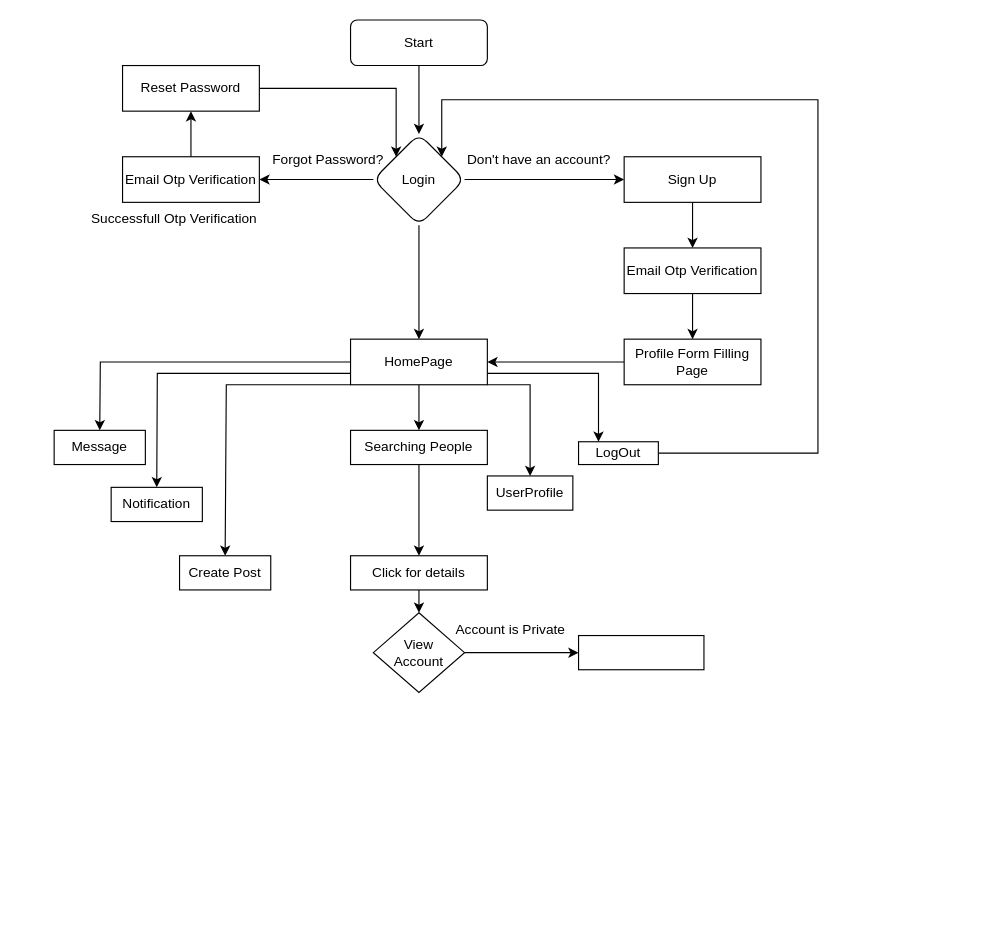
rrs292714/Work-day1-RahulrajSingh keeps this draw.io diagram as TrainingProject.drawio. Above is the earlier version. Source tidied: cells renumbered, new cells numbered last; positions are measured from the earlier drawing's top-left corner, leaving out a move shared by most shapes. Both pictures are drawn from the tidied source at 114%, with x=0, y=0 at pixel (54, 19).
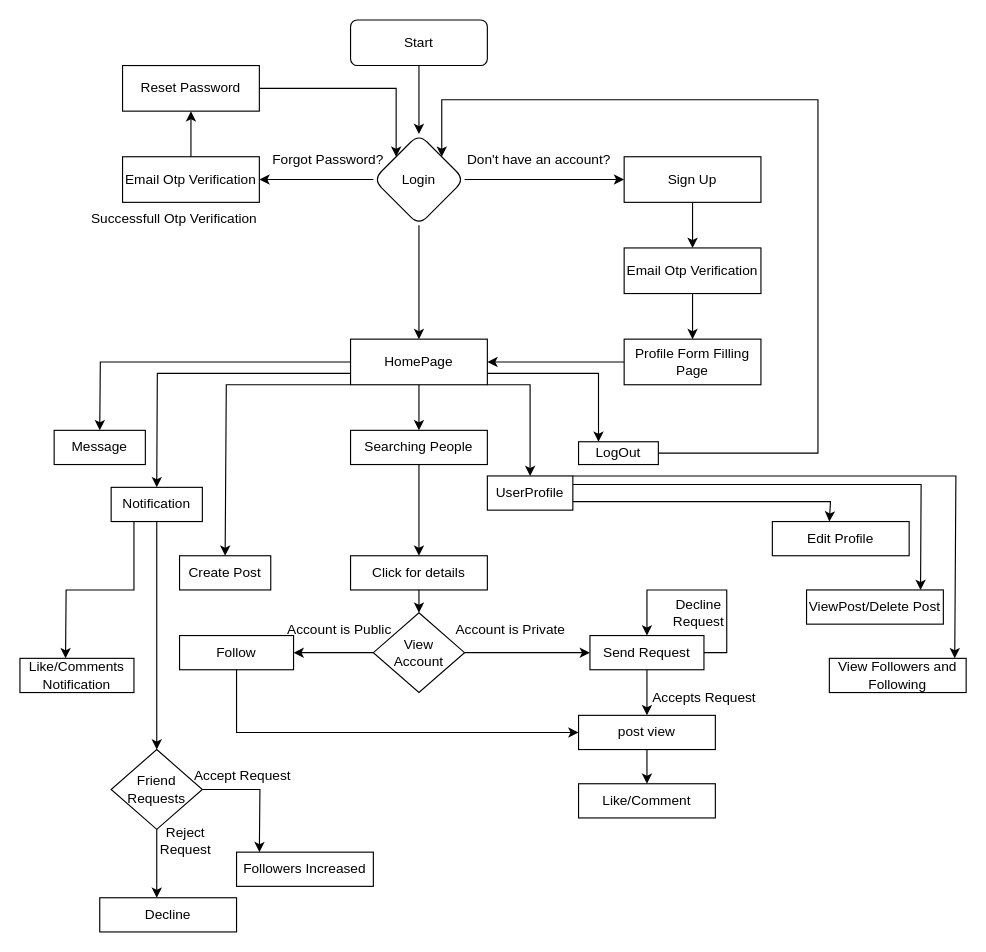
The same page after the edit.

Unchanged cells that the change refers to:
```xml
<mxCell id="31" value="Notification" style="rounded=0;whiteSpace=wrap;html=1;" parent="1" vertex="1">
  <mxGeometry x="50" y="410" width="80" height="30" as="geometry" />
</mxCell>
<mxCell id="33" value="UserProfile" style="rounded=0;whiteSpace=wrap;html=1;" parent="1" vertex="1">
  <mxGeometry x="380" y="400" width="75" height="30" as="geometry" />
</mxCell>
<mxCell id="39" value="&lt;div&gt;View&lt;/div&gt;&lt;div&gt;Account&lt;br&gt;&lt;/div&gt;" style="rhombus;whiteSpace=wrap;html=1;" parent="1" vertex="1">
  <mxGeometry x="280" y="520" width="80" height="70" as="geometry" />
</mxCell>
```

Change to the diagram source:
```diff
@@
+    <mxCell id="42" style="edgeStyle=orthogonalEdgeStyle;rounded=0;jettySize=auto;html=1;" parent="1" edge="1" source="31">
+      <mxGeometry relative="1" as="geometry">
+        <mxPoint x="90" y="640" as="targetPoint" />
+      </mxGeometry>
+    </mxCell>
+    <mxCell id="43" style="edgeStyle=orthogonalEdgeStyle;rounded=0;jettySize=auto;html=1;exitX=0.25;exitY=1;exitDx=0;exitDy=0;" parent="1" edge="1" source="31">
+      <mxGeometry relative="1" as="geometry">
+        <mxPoint x="10" y="560" as="targetPoint" />
+      </mxGeometry>
+    </mxCell>
@@
+    <mxCell id="44" style="edgeStyle=orthogonalEdgeStyle;rounded=0;jettySize=auto;html=1;exitX=1;exitY=0.75;exitDx=0;exitDy=0;" parent="1" edge="1" source="33">
+      <mxGeometry relative="1" as="geometry">
+        <mxPoint x="680" y="440" as="targetPoint" />
+        <Array as="points">
+          <mxPoint x="681" y="423" />
+        </Array>
+      </mxGeometry>
+    </mxCell>
+    <mxCell id="45" style="edgeStyle=orthogonalEdgeStyle;rounded=0;jettySize=auto;html=1;exitX=1;exitY=0.25;exitDx=0;exitDy=0;" parent="1" edge="1" source="33">
+      <mxGeometry relative="1" as="geometry">
+        <mxPoint x="760" y="500" as="targetPoint" />
+      </mxGeometry>
+    </mxCell>
+    <mxCell id="46" style="edgeStyle=orthogonalEdgeStyle;rounded=0;jettySize=auto;html=1;exitX=1;exitY=0;exitDx=0;exitDy=0;" parent="1" edge="1" source="33">
+      <mxGeometry relative="1" as="geometry">
+        <mxPoint x="790" y="560" as="targetPoint" />
+        <Array as="points">
+          <mxPoint x="791" y="400" />
+        </Array>
+      </mxGeometry>
+    </mxCell>
@@
-    <mxCell id="38" style="edgeStyle=orthogonalEdgeStyle;rounded=0;jettySize=auto;html=1;" parent="1" edge="1" source="39">
-      <mxGeometry relative="1" as="geometry">
-        <mxPoint x="460" y="555" as="targetPoint" />
-      </mxGeometry>
+    <mxCell id="38" style="edgeStyle=orthogonalEdgeStyle;rounded=0;jettySize=auto;html=1;entryX=0;entryY=0.5;entryDx=0;entryDy=0;" parent="1" edge="1" source="39" target="41">
+      <mxGeometry relative="1" as="geometry" />
     </mxCell>
+    <mxCell id="47" style="edgeStyle=orthogonalEdgeStyle;rounded=0;jettySize=auto;html=1;" parent="1" edge="1" source="39">
+      <mxGeometry relative="1" as="geometry">
+        <mxPoint x="210" y="555" as="targetPoint" />
+      </mxGeometry>
+    </mxCell>
@@
+    <mxCell id="48" style="edgeStyle=orthogonalEdgeStyle;rounded=0;jettySize=auto;html=1;" parent="1" edge="1" source="41" target="51">
+      <mxGeometry relative="1" as="geometry" />
+    </mxCell>
+    <mxCell id="49" style="edgeStyle=orthogonalEdgeStyle;rounded=0;orthogonalLoop=1;jettySize=auto;html=1;exitX=1;exitY=0.5;exitDx=0;exitDy=0;entryX=0.5;entryY=0;entryDx=0;entryDy=0;" parent="1" edge="1" source="41" target="41">
+      <mxGeometry relative="1" as="geometry">
+        <Array as="points">
+          <mxPoint x="590" y="555" />
+          <mxPoint x="590" y="500" />
+          <mxPoint x="520" y="500" />
+        </Array>
+      </mxGeometry>
+    </mxCell>
-    <mxCell id="41" style="rounded=0;whiteSpace=wrap;html=1;" parent="1" vertex="1">
-      <mxGeometry x="460" y="540" width="110" height="30" as="geometry" />
+    <mxCell id="41" value="Send Request" style="rounded=0;whiteSpace=wrap;html=1;" parent="1" vertex="1">
+      <mxGeometry x="470" y="540" width="100" height="30" as="geometry" />
     </mxCell>
+    <mxCell id="50" style="edgeStyle=orthogonalEdgeStyle;rounded=0;jettySize=auto;html=1;" parent="1" edge="1" source="51" target="56">
+      <mxGeometry relative="1" as="geometry" />
+    </mxCell>
+    <mxCell id="51" value="post view" style="rounded=0;whiteSpace=wrap;html=1;" parent="1" vertex="1">
+      <mxGeometry x="460" y="610" width="120" height="30" as="geometry" />
+    </mxCell>
+    <mxCell id="52" value="Accepts Request" style="text;html=1;align=center;verticalAlign=middle;strokeColor=none;fillColor=none;" parent="1" vertex="1">
+      <mxGeometry x="510" y="580" width="120" height="30" as="geometry" />
+    </mxCell>
+    <mxCell id="53" style="edgeStyle=orthogonalEdgeStyle;rounded=0;jettySize=auto;html=1;entryX=0;entryY=0.5;entryDx=0;entryDy=0;" parent="1" edge="1" source="54" target="51">
+      <mxGeometry relative="1" as="geometry">
+        <Array as="points">
+          <mxPoint x="160" y="625" />
+        </Array>
+      </mxGeometry>
+    </mxCell>
+    <mxCell id="54" value="Follow" style="rounded=0;whiteSpace=wrap;html=1;" parent="1" vertex="1">
+      <mxGeometry x="110" y="540" width="100" height="30" as="geometry" />
+    </mxCell>
+    <mxCell id="55" value="Account is Public" style="text;html=1;align=center;verticalAlign=middle;strokeColor=none;fillColor=none;" parent="1" vertex="1">
+      <mxGeometry x="190" y="520" width="120" height="30" as="geometry" />
+    </mxCell>
+    <mxCell id="56" value="Like/Comment" style="rounded=0;whiteSpace=wrap;html=1;" parent="1" vertex="1">
+      <mxGeometry x="460" y="670" width="120" height="30" as="geometry" />
+    </mxCell>
+    <mxCell id="57" value="&lt;div&gt;Decline&lt;/div&gt;&lt;div&gt;Request&lt;br&gt;&lt;/div&gt;" style="text;html=1;align=center;verticalAlign=middle;strokeColor=none;fillColor=none;" parent="1" vertex="1">
+      <mxGeometry x="530" y="500" width="70" height="40" as="geometry" />
+    </mxCell>
+    <mxCell id="58" value="Edit Profile" style="rounded=0;whiteSpace=wrap;html=1;" parent="1" vertex="1">
+      <mxGeometry x="630" y="440" width="120" height="30" as="geometry" />
+    </mxCell>
+    <mxCell id="59" value="ViewPost/Delete Post" style="rounded=0;whiteSpace=wrap;html=1;" parent="1" vertex="1">
+      <mxGeometry x="660" y="500" width="120" height="30" as="geometry" />
+    </mxCell>
+    <mxCell id="60" style="edgeStyle=orthogonalEdgeStyle;rounded=0;jettySize=auto;html=1;" parent="1" edge="1" source="62">
+      <mxGeometry relative="1" as="geometry">
+        <mxPoint x="180" y="730" as="targetPoint" />
+      </mxGeometry>
+    </mxCell>
+    <mxCell id="61" style="edgeStyle=orthogonalEdgeStyle;rounded=0;jettySize=auto;html=1;" parent="1" edge="1" source="62">
+      <mxGeometry relative="1" as="geometry">
+        <mxPoint x="90" y="770" as="targetPoint" />
+      </mxGeometry>
+    </mxCell>
+    <mxCell id="62" value="Friend Requests" style="rhombus;whiteSpace=wrap;html=1;" parent="1" vertex="1">
+      <mxGeometry x="50" y="640" width="80" height="70" as="geometry" />
+    </mxCell>
+    <mxCell id="63" value="Followers Increased" style="rounded=0;whiteSpace=wrap;html=1;" parent="1" vertex="1">
+      <mxGeometry x="160" y="730" width="120" height="30" as="geometry" />
+    </mxCell>
+    <mxCell id="64" value="Accept Request" style="text;html=1;align=center;verticalAlign=middle;strokeColor=none;fillColor=none;" parent="1" vertex="1">
+      <mxGeometry x="110" y="648" width="110" height="30" as="geometry" />
+    </mxCell>
+    <mxCell id="65" value="Decline" style="rounded=0;whiteSpace=wrap;html=1;" parent="1" vertex="1">
+      <mxGeometry x="40" y="770" width="120" height="30" as="geometry" />
+    </mxCell>
+    <mxCell id="66" value="&lt;div&gt;Reject &lt;br&gt;&lt;/div&gt;&lt;div&gt;Request&lt;br&gt;&lt;/div&gt;" style="text;html=1;align=center;verticalAlign=middle;strokeColor=none;fillColor=none;" parent="1" vertex="1">
+      <mxGeometry x="80" y="700" width="70" height="40" as="geometry" />
+    </mxCell>
+    <mxCell id="67" value="&lt;div&gt;Like/Comments&lt;/div&gt;&lt;div&gt;Notification&lt;br&gt;&lt;/div&gt;" style="rounded=0;whiteSpace=wrap;html=1;" parent="1" vertex="1">
+      <mxGeometry x="-30" y="560" width="100" height="30" as="geometry" />
+    </mxCell>
+    <mxCell id="68" value="&lt;div&gt;View Followers and &lt;br&gt;&lt;/div&gt;&lt;div&gt;Following&lt;br&gt;&lt;/div&gt;" style="rounded=0;whiteSpace=wrap;html=1;" parent="1" vertex="1">
+      <mxGeometry x="680" y="560" width="120" height="30" as="geometry" />
+    </mxCell>
```
